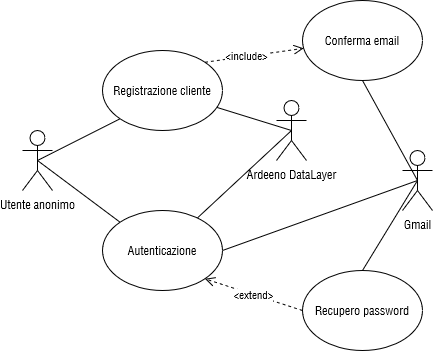
Earlier version of the draw.io export deliverables/d2/.media/utente_anonimo2.drawio.png (amanfucci/ardeeno-workondeliverables). Source tidied: cells renumbered, new cells last; positions are measured from the earlier drawing's top-left corner, leaving out a move shared by most shapes. The source it was exported from:
```xml
<mxGraphModel>
  <root>
    <mxCell id="0" />
    <mxCell id="1" parent="0" />
    <mxCell id="2" style="rounded=0;jettySize=auto;html=1;endArrow=none;endFill=0;entryX=0;entryY=1;entryDx=0;entryDy=0;exitX=0.5;exitY=0.5;exitDx=0;exitDy=0;exitPerimeter=0;" parent="1" edge="1" source="4" target="6">
      <mxGeometry relative="1" as="geometry" />
    </mxCell>
    <mxCell id="3" style="rounded=0;jettySize=auto;html=1;endArrow=none;endFill=0;exitX=0.5;exitY=0.5;exitDx=0;exitDy=0;exitPerimeter=0;entryX=0;entryY=0;entryDx=0;entryDy=0;" parent="1" edge="1" source="4" target="7">
      <mxGeometry relative="1" as="geometry" />
    </mxCell>
    <mxCell id="4" value="Utente anonimo" style="shape=umlActor;verticalLabelPosition=bottom;verticalAlign=top;html=1;outlineConnect=0;" parent="1" vertex="1">
      <mxGeometry y="130" width="30" height="60" as="geometry" />
    </mxCell>
    <mxCell id="5" style="rounded=0;jettySize=auto;html=1;endArrow=none;endFill=0;entryX=0.5;entryY=0.5;entryDx=0;entryDy=0;entryPerimeter=0;" parent="1" edge="1" source="6" target="8">
      <mxGeometry relative="1" as="geometry" />
    </mxCell>
    <mxCell id="6" value="Registrazione cliente" style="ellipse;whiteSpace=wrap;html=1;" parent="1" vertex="1">
      <mxGeometry x="80" y="50" width="120" height="80" as="geometry" />
    </mxCell>
    <mxCell id="7" value="Autenticazione" style="ellipse;whiteSpace=wrap;html=1;" parent="1" vertex="1">
      <mxGeometry x="80" y="210" width="120" height="80" as="geometry" />
    </mxCell>
    <mxCell id="8" value="Ardeeno DataLayer" style="shape=umlActor;verticalLabelPosition=bottom;verticalAlign=top;html=1;outlineConnect=0;" parent="1" vertex="1">
      <mxGeometry x="254" y="100" width="30" height="60" as="geometry" />
    </mxCell>
    <mxCell id="9" style="rounded=0;jettySize=auto;html=1;endArrow=none;endFill=0;entryX=0.5;entryY=0.5;entryDx=0;entryDy=0;entryPerimeter=0;" parent="1" edge="1" source="7" target="8">
      <mxGeometry relative="1" as="geometry" />
    </mxCell>
    <mxCell id="10" value="&amp;lt;include&amp;gt;" style="html=1;verticalAlign=bottom;endArrow=open;dashed=1;endSize=8;rounded=0;exitX=1;exitY=0;exitDx=0;exitDy=0;endFill=0;" parent="1" edge="1" source="6" target="12">
      <mxGeometry x="-0.19" y="-9" relative="1" as="geometry" />
    </mxCell>
    <mxCell id="11" style="rounded=0;jettySize=auto;html=1;endArrow=none;endFill=0;entryX=0.5;entryY=0.5;entryDx=0;entryDy=0;entryPerimeter=0;exitX=0.5;exitY=1;exitDx=0;exitDy=0;" parent="1" edge="1" source="12" target="14">
      <mxGeometry relative="1" as="geometry" />
    </mxCell>
    <mxCell id="12" value="Conferma email" style="ellipse;whiteSpace=wrap;html=1;" parent="1" vertex="1">
      <mxGeometry x="280" width="120" height="80" as="geometry" />
    </mxCell>
    <mxCell id="13" style="edgeStyle=none;rounded=0;jettySize=auto;html=1;exitX=0.5;exitY=0.5;exitDx=0;exitDy=0;exitPerimeter=0;entryX=1;entryY=0.5;entryDx=0;entryDy=0;endArrow=none;endFill=0;" parent="1" edge="1" source="14" target="7">
      <mxGeometry relative="1" as="geometry" />
    </mxCell>
    <mxCell id="14" value="Gmail" style="shape=umlActor;verticalLabelPosition=bottom;verticalAlign=top;html=1;outlineConnect=0;" parent="1" vertex="1">
      <mxGeometry x="380" y="150" width="30" height="60" as="geometry" />
    </mxCell>
    <mxCell id="15" value="&amp;lt;extend&amp;gt;" style="html=1;verticalAlign=bottom;endArrow=open;dashed=1;endSize=8;rounded=0;endFill=0;entryX=1;entryY=1;entryDx=0;entryDy=0;exitX=0;exitY=0.5;exitDx=0;exitDy=0;" parent="1" edge="1" source="17" target="7">
      <mxGeometry x="-0.05" y="9" relative="1" as="geometry" />
    </mxCell>
    <mxCell id="16" style="rounded=0;jettySize=auto;html=1;entryX=0.5;entryY=0.5;entryDx=0;entryDy=0;entryPerimeter=0;endArrow=none;endFill=0;exitX=0.5;exitY=0;exitDx=0;exitDy=0;" parent="1" edge="1" source="17" target="14">
      <mxGeometry relative="1" as="geometry" />
    </mxCell>
    <mxCell id="17" value="Recupero password" style="ellipse;whiteSpace=wrap;html=1;" parent="1" vertex="1">
      <mxGeometry x="280" y="270" width="120" height="80" as="geometry" />
    </mxCell>
  </root>
</mxGraphModel>
```
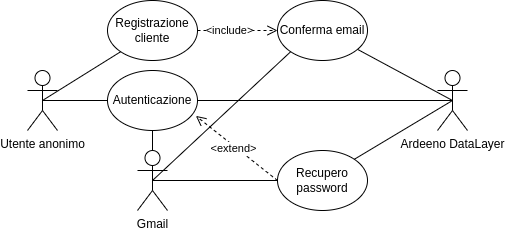
The same file after the commit.

The edit, as a diff of the source:
```diff
@@ -5,50 +5,53 @@
     <mxCell id="2" style="rounded=0;jettySize=auto;html=1;endArrow=none;endFill=0;entryX=0;entryY=1;entryDx=0;entryDy=0;exitX=0.5;exitY=0.5;exitDx=0;exitDy=0;exitPerimeter=0;" parent="1" edge="1" source="4" target="6">
       <mxGeometry relative="1" as="geometry" />
     </mxCell>
-    <mxCell id="3" style="rounded=0;jettySize=auto;html=1;endArrow=none;endFill=0;exitX=0.5;exitY=0.5;exitDx=0;exitDy=0;exitPerimeter=0;entryX=0;entryY=0;entryDx=0;entryDy=0;" parent="1" edge="1" source="4" target="7">
+    <mxCell id="3" style="rounded=0;jettySize=auto;html=1;endArrow=none;endFill=0;exitX=0.5;exitY=0.5;exitDx=0;exitDy=0;exitPerimeter=0;entryX=0;entryY=0.5;entryDx=0;entryDy=0;" parent="1" edge="1" source="4" target="7">
       <mxGeometry relative="1" as="geometry" />
     </mxCell>
     <mxCell id="4" value="Utente anonimo" style="shape=umlActor;verticalLabelPosition=bottom;verticalAlign=top;html=1;outlineConnect=0;" parent="1" vertex="1">
-      <mxGeometry y="130" width="30" height="60" as="geometry" />
+      <mxGeometry x="10" y="160" width="30" height="60" as="geometry" />
     </mxCell>
-    <mxCell id="5" style="rounded=0;jettySize=auto;html=1;endArrow=none;endFill=0;entryX=0.5;entryY=0.5;entryDx=0;entryDy=0;entryPerimeter=0;" parent="1" edge="1" source="6" target="8">
+    <mxCell id="5" style="rounded=0;jettySize=auto;html=1;endArrow=none;endFill=0;entryX=0.5;entryY=0.5;entryDx=0;entryDy=0;entryPerimeter=0;startArrow=none;" parent="1" edge="1" source="12" target="8">
       <mxGeometry relative="1" as="geometry" />
     </mxCell>
     <mxCell id="6" value="Registrazione cliente" style="ellipse;whiteSpace=wrap;html=1;" parent="1" vertex="1">
-      <mxGeometry x="80" y="50" width="120" height="80" as="geometry" />
+      <mxGeometry x="90" y="90" width="90" height="60" as="geometry" />
     </mxCell>
     <mxCell id="7" value="Autenticazione" style="ellipse;whiteSpace=wrap;html=1;" parent="1" vertex="1">
-      <mxGeometry x="80" y="210" width="120" height="80" as="geometry" />
+      <mxGeometry x="90" y="160" width="90" height="60" as="geometry" />
     </mxCell>
+    <mxCell id="18" style="rounded=0;jettySize=auto;html=1;entryX=1;entryY=0;entryDx=0;entryDy=0;endArrow=none;endFill=0;exitX=0.5;exitY=0.5;exitDx=0;exitDy=0;exitPerimeter=0;" parent="1" edge="1" source="8" target="17">
+      <mxGeometry relative="1" as="geometry" />
+    </mxCell>
     <mxCell id="8" value="Ardeeno DataLayer" style="shape=umlActor;verticalLabelPosition=bottom;verticalAlign=top;html=1;outlineConnect=0;" parent="1" vertex="1">
-      <mxGeometry x="254" y="100" width="30" height="60" as="geometry" />
+      <mxGeometry x="420" y="160" width="30" height="60" as="geometry" />
     </mxCell>
     <mxCell id="9" style="rounded=0;jettySize=auto;html=1;endArrow=none;endFill=0;entryX=0.5;entryY=0.5;entryDx=0;entryDy=0;entryPerimeter=0;" parent="1" edge="1" source="7" target="8">
       <mxGeometry relative="1" as="geometry" />
     </mxCell>
-    <mxCell id="10" value="&amp;lt;include&amp;gt;" style="html=1;verticalAlign=bottom;endArrow=open;dashed=1;endSize=8;rounded=0;exitX=1;exitY=0;exitDx=0;exitDy=0;endFill=0;" parent="1" edge="1" source="6" target="12">
+    <mxCell id="10" value="&amp;lt;include&amp;gt;" style="html=1;verticalAlign=bottom;endArrow=open;dashed=1;endSize=8;rounded=0;exitX=1;exitY=0.5;exitDx=0;exitDy=0;endFill=0;" parent="1" edge="1" source="6" target="12">
       <mxGeometry x="-0.19" y="-9" relative="1" as="geometry" />
     </mxCell>
-    <mxCell id="11" style="rounded=0;jettySize=auto;html=1;endArrow=none;endFill=0;entryX=0.5;entryY=0.5;entryDx=0;entryDy=0;entryPerimeter=0;exitX=0.5;exitY=1;exitDx=0;exitDy=0;" parent="1" edge="1" source="12" target="14">
+    <mxCell id="11" style="rounded=0;jettySize=auto;html=1;endArrow=none;endFill=0;entryX=0.5;entryY=0.5;entryDx=0;entryDy=0;entryPerimeter=0;exitX=0;exitY=1;exitDx=0;exitDy=0;" parent="1" edge="1" source="12" target="14">
       <mxGeometry relative="1" as="geometry" />
     </mxCell>
-    <mxCell id="12" value="Conferma email" style="ellipse;whiteSpace=wrap;html=1;" parent="1" vertex="1">
-      <mxGeometry x="280" width="120" height="80" as="geometry" />
-    </mxCell>
-    <mxCell id="13" style="edgeStyle=none;rounded=0;jettySize=auto;html=1;exitX=0.5;exitY=0.5;exitDx=0;exitDy=0;exitPerimeter=0;entryX=1;entryY=0.5;entryDx=0;entryDy=0;endArrow=none;endFill=0;" parent="1" edge="1" source="14" target="7">
+    <mxCell id="13" style="edgeStyle=none;rounded=0;jettySize=auto;html=1;exitX=0.5;exitY=0;exitDx=0;exitDy=0;exitPerimeter=0;entryX=0.5;entryY=1;entryDx=0;entryDy=0;endArrow=none;endFill=0;" parent="1" edge="1" source="14" target="7">
       <mxGeometry relative="1" as="geometry" />
     </mxCell>
     <mxCell id="14" value="Gmail" style="shape=umlActor;verticalLabelPosition=bottom;verticalAlign=top;html=1;outlineConnect=0;" parent="1" vertex="1">
-      <mxGeometry x="380" y="150" width="30" height="60" as="geometry" />
+      <mxGeometry x="120" y="240" width="30" height="60" as="geometry" />
     </mxCell>
-    <mxCell id="15" value="&amp;lt;extend&amp;gt;" style="html=1;verticalAlign=bottom;endArrow=open;dashed=1;endSize=8;rounded=0;endFill=0;entryX=1;entryY=1;entryDx=0;entryDy=0;exitX=0;exitY=0.5;exitDx=0;exitDy=0;" parent="1" edge="1" source="17" target="7">
+    <mxCell id="15" value="&amp;lt;extend&amp;gt;" style="html=1;verticalAlign=bottom;endArrow=open;dashed=1;endSize=8;rounded=0;endFill=0;entryX=0.982;entryY=0.757;entryDx=0;entryDy=0;exitX=0;exitY=0.5;exitDx=0;exitDy=0;entryPerimeter=0;" parent="1" edge="1" source="17" target="7">
       <mxGeometry x="-0.05" y="9" relative="1" as="geometry" />
     </mxCell>
-    <mxCell id="16" style="rounded=0;jettySize=auto;html=1;entryX=0.5;entryY=0.5;entryDx=0;entryDy=0;entryPerimeter=0;endArrow=none;endFill=0;exitX=0.5;exitY=0;exitDx=0;exitDy=0;" parent="1" edge="1" source="17" target="14">
+    <mxCell id="16" style="rounded=0;jettySize=auto;html=1;entryX=0.5;entryY=0.5;entryDx=0;entryDy=0;entryPerimeter=0;endArrow=none;endFill=0;exitX=0;exitY=0.5;exitDx=0;exitDy=0;" parent="1" edge="1" source="17" target="14">
       <mxGeometry relative="1" as="geometry" />
     </mxCell>
     <mxCell id="17" value="Recupero password" style="ellipse;whiteSpace=wrap;html=1;" parent="1" vertex="1">
-      <mxGeometry x="280" y="270" width="120" height="80" as="geometry" />
+      <mxGeometry x="260" y="240" width="90" height="60" as="geometry" />
     </mxCell>
+    <mxCell id="12" value="Conferma email" style="ellipse;whiteSpace=wrap;html=1;" parent="1" vertex="1">
+      <mxGeometry x="260" y="90" width="90" height="60" as="geometry" />
+    </mxCell>
   </root>
 </mxGraphModel>
```
